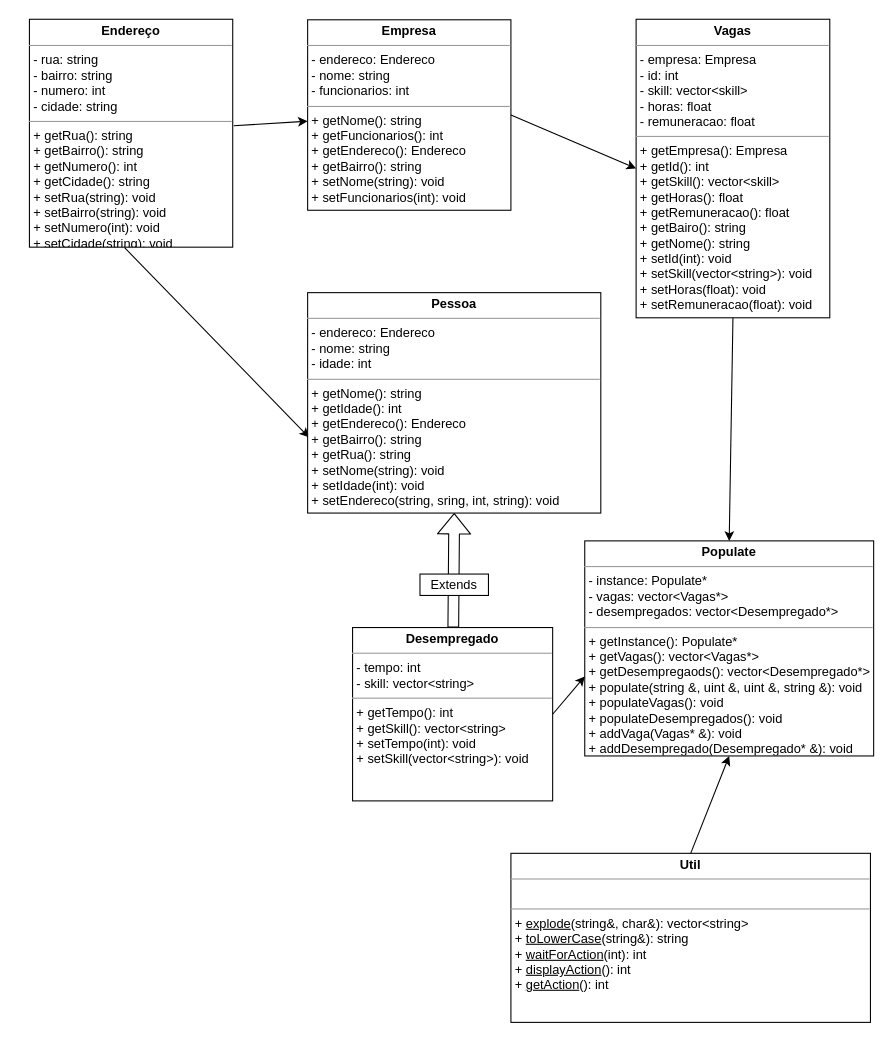
This is relatorio/images/UML-Classes.drawio from CamiloAvelar/poo-tp1, a draw.io file, before an edit. Source tidied: cells renumbered, new cells numbered last; positions are measured from the earlier drawing's top-left corner, leaving out a move shared by most shapes. Both pictures are drawn from the tidied source at 107%, with x=0, y=0 at pixel (29, 19).
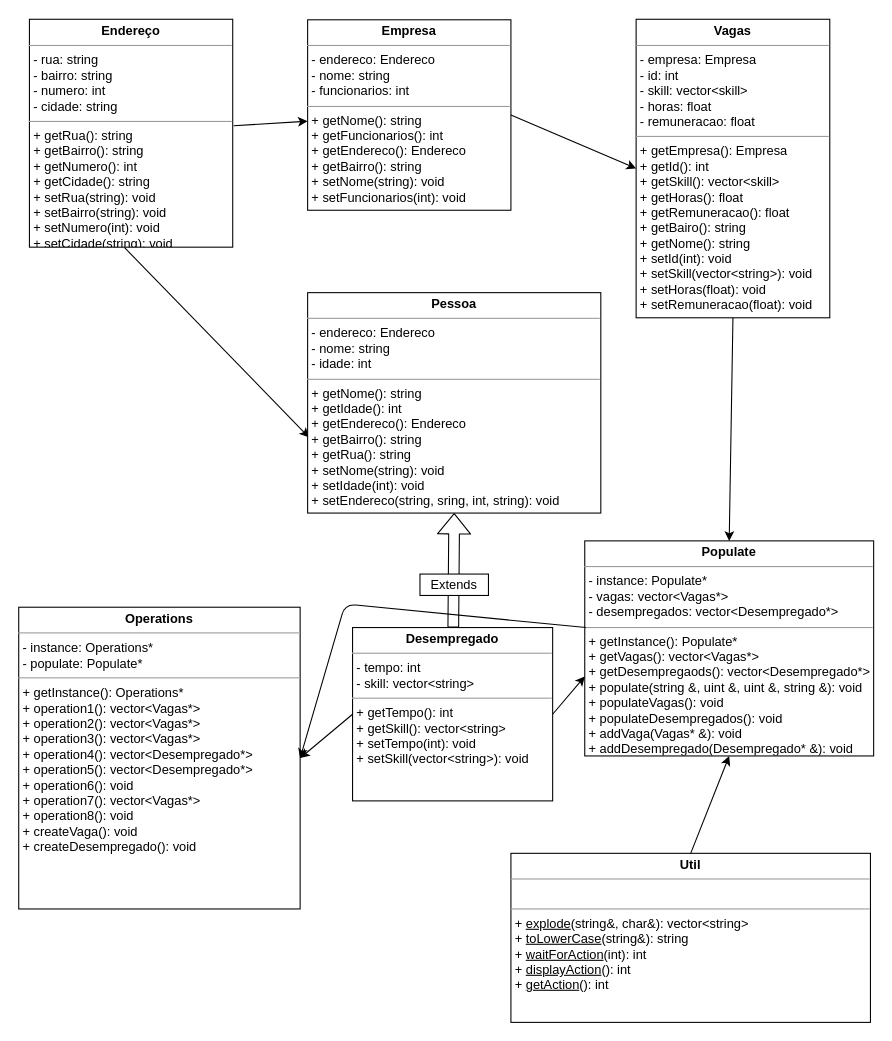
The same page after the edit.

The change refers to these unchanged cells:
```xml
<mxCell id="6" value="&lt;p style=&quot;margin: 0px ; margin-top: 4px ; text-align: center&quot;&gt;&lt;b&gt;Desempregado&lt;/b&gt;&lt;/p&gt;&lt;hr size=&quot;1&quot;&gt;&lt;p style=&quot;margin: 0px ; margin-left: 4px&quot;&gt;- tempo: int&lt;br&gt;- skill: vector&amp;lt;string&amp;gt;&lt;/p&gt;&lt;hr size=&quot;1&quot;&gt;&lt;p style=&quot;margin: 0px ; margin-left: 4px&quot;&gt;+ getTempo(): int&lt;br&gt;+ getSkill(): vector&amp;lt;string&amp;gt;&lt;/p&gt;&lt;p style=&quot;margin: 0px ; margin-left: 4px&quot;&gt;&lt;span&gt;+ setTempo(int): void&lt;/span&gt;&lt;br&gt;&lt;/p&gt;&lt;p style=&quot;margin: 0px ; margin-left: 4px&quot;&gt;+ setSkill(vector&amp;lt;string&amp;gt;): void&lt;/p&gt;" style="verticalAlign=top;align=left;overflow=fill;fontSize=12;fontFamily=Helvetica;html=1;rounded=0;shadow=0;comic=0;labelBackgroundColor=none;strokeColor=#000000;strokeWidth=1;fillColor=#ffffff;" parent="1" vertex="1">
  <mxGeometry x="302" y="568" width="187" height="162" as="geometry" />
</mxCell>
<mxCell id="14" value="&lt;p style=&quot;margin: 0px ; margin-top: 4px ; text-align: center&quot;&gt;&lt;b&gt;Populate&lt;/b&gt;&lt;/p&gt;&lt;hr size=&quot;1&quot;&gt;&lt;p style=&quot;margin: 0px ; margin-left: 4px&quot;&gt;- instance: Populate*&lt;br&gt;- vagas: vector&amp;lt;Vagas*&amp;gt;&lt;/p&gt;&lt;p style=&quot;margin: 0px ; margin-left: 4px&quot;&gt;- desempregados: vector&amp;lt;Desempregado*&amp;gt;&lt;/p&gt;&lt;hr size=&quot;1&quot;&gt;&lt;p style=&quot;margin: 0px ; margin-left: 4px&quot;&gt;+ getInstance(): Populate*&lt;br&gt;+ getVagas(): vector&amp;lt;Vagas*&amp;gt;&lt;/p&gt;&lt;p style=&quot;margin: 0px ; margin-left: 4px&quot;&gt;&lt;span&gt;+ getDesempregaods(): vector&amp;lt;Desempregado*&amp;gt;&lt;/span&gt;&lt;br&gt;&lt;/p&gt;&lt;p style=&quot;margin: 0px ; margin-left: 4px&quot;&gt;+ populate(string &amp;amp;, uint &amp;amp;, uint &amp;amp;, string &amp;amp;): void&lt;/p&gt;&lt;p style=&quot;margin: 0px ; margin-left: 4px&quot;&gt;+ populateVagas(): void&lt;/p&gt;&lt;p style=&quot;margin: 0px ; margin-left: 4px&quot;&gt;+ populateDesempregados(): void&lt;/p&gt;&lt;p style=&quot;margin: 0px ; margin-left: 4px&quot;&gt;+ addVaga(Vagas* &amp;amp;): void&lt;/p&gt;&lt;p style=&quot;margin: 0px ; margin-left: 4px&quot;&gt;+ addDesempregado(Desempregado* &amp;amp;): void&lt;/p&gt;" style="verticalAlign=top;align=left;overflow=fill;fontSize=12;fontFamily=Helvetica;html=1;rounded=0;shadow=0;comic=0;labelBackgroundColor=none;strokeColor=#000000;strokeWidth=1;fillColor=#ffffff;" parent="1" vertex="1">
  <mxGeometry x="519" y="487" width="270" height="201" as="geometry" />
</mxCell>
```

Change to the diagram source:
```diff
@@
+    <mxCell id="18" value="&lt;p style=&quot;margin: 0px ; margin-top: 4px ; text-align: center&quot;&gt;&lt;b&gt;Operations&lt;/b&gt;&lt;/p&gt;&lt;hr size=&quot;1&quot;&gt;&lt;p style=&quot;margin: 0px ; margin-left: 4px&quot;&gt;- instance: Operations*&lt;br&gt;- populate: Populate*&lt;/p&gt;&lt;hr size=&quot;1&quot;&gt;&lt;p style=&quot;margin: 0px ; margin-left: 4px&quot;&gt;+ getInstance(): Operations*&lt;br&gt;+ operation1(): vector&amp;lt;Vagas*&amp;gt;&lt;/p&gt;&lt;p style=&quot;margin: 0px ; margin-left: 4px&quot;&gt;&lt;span&gt;+ operation2(): vector&amp;lt;Vagas*&amp;gt;&lt;/span&gt;&lt;br&gt;&lt;/p&gt;&lt;p style=&quot;margin: 0px ; margin-left: 4px&quot;&gt;+ operation3(): vector&amp;lt;Vagas*&amp;gt;&lt;/p&gt;&lt;p style=&quot;margin: 0px ; margin-left: 4px&quot;&gt;+ operation4(): vector&amp;lt;Desempregado*&amp;gt;&lt;/p&gt;&lt;p style=&quot;margin: 0px ; margin-left: 4px&quot;&gt;+ operation5(): vector&amp;lt;Desempregado*&amp;gt;&lt;/p&gt;&lt;p style=&quot;margin: 0px ; margin-left: 4px&quot;&gt;+ operation6(): void&lt;/p&gt;&lt;p style=&quot;margin: 0px ; margin-left: 4px&quot;&gt;+ operation7(): vector&amp;lt;Vagas*&amp;gt;&lt;/p&gt;&lt;p style=&quot;margin: 0px ; margin-left: 4px&quot;&gt;+ operation8(): void&lt;/p&gt;&lt;p style=&quot;margin: 0px ; margin-left: 4px&quot;&gt;+ createVaga(): void&lt;/p&gt;&lt;p style=&quot;margin: 0px ; margin-left: 4px&quot;&gt;+ createDesempregado(): void&lt;/p&gt;" style="verticalAlign=top;align=left;overflow=fill;fontSize=12;fontFamily=Helvetica;html=1;rounded=0;shadow=0;comic=0;labelBackgroundColor=none;strokeColor=#000000;strokeWidth=1;fillColor=#ffffff;" parent="1" vertex="1">
+      <mxGeometry x="-10" y="549" width="263" height="282" as="geometry" />
+    </mxCell>
+    <mxCell id="19" style="endArrow=classic;html=1;entryX=1;entryY=0.5;entryDx=0;entryDy=0;exitX=0;exitY=0.5;exitDx=0;exitDy=0;" parent="1" edge="1" source="6" target="18">
+      <mxGeometry relative="1" as="geometry" />
+    </mxCell>
+    <mxCell id="20" style="endArrow=classic;html=1;entryX=1;entryY=0.5;entryDx=0;entryDy=0;exitX=0.004;exitY=0.403;exitDx=0;exitDy=0;exitPerimeter=0;" parent="1" edge="1" source="14" target="18">
+      <mxGeometry relative="1" as="geometry">
+        <Array as="points">
+          <mxPoint x="295" y="546" />
+        </Array>
+      </mxGeometry>
+    </mxCell>
```
